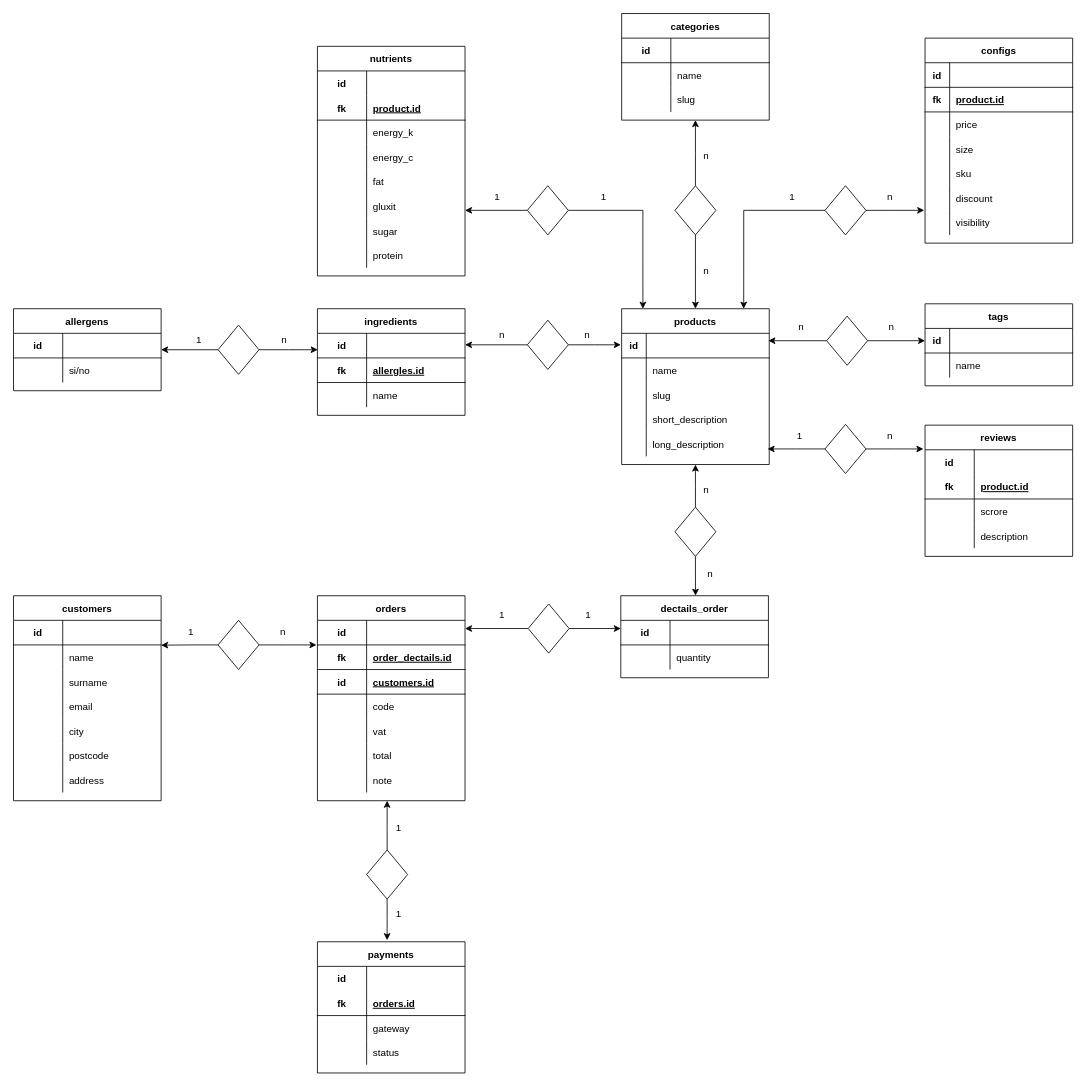
Before: public/DB structure.drawio in fabiovettori/poco, a draw.io diagram. Source tidied: cells renumbered, new cells numbered last; positions are measured from the earlier drawing's top-left corner, leaving out a move shared by most shapes. Both pictures are drawn from the tidied source at 82%, with x=0, y=0 at pixel (13, 13).
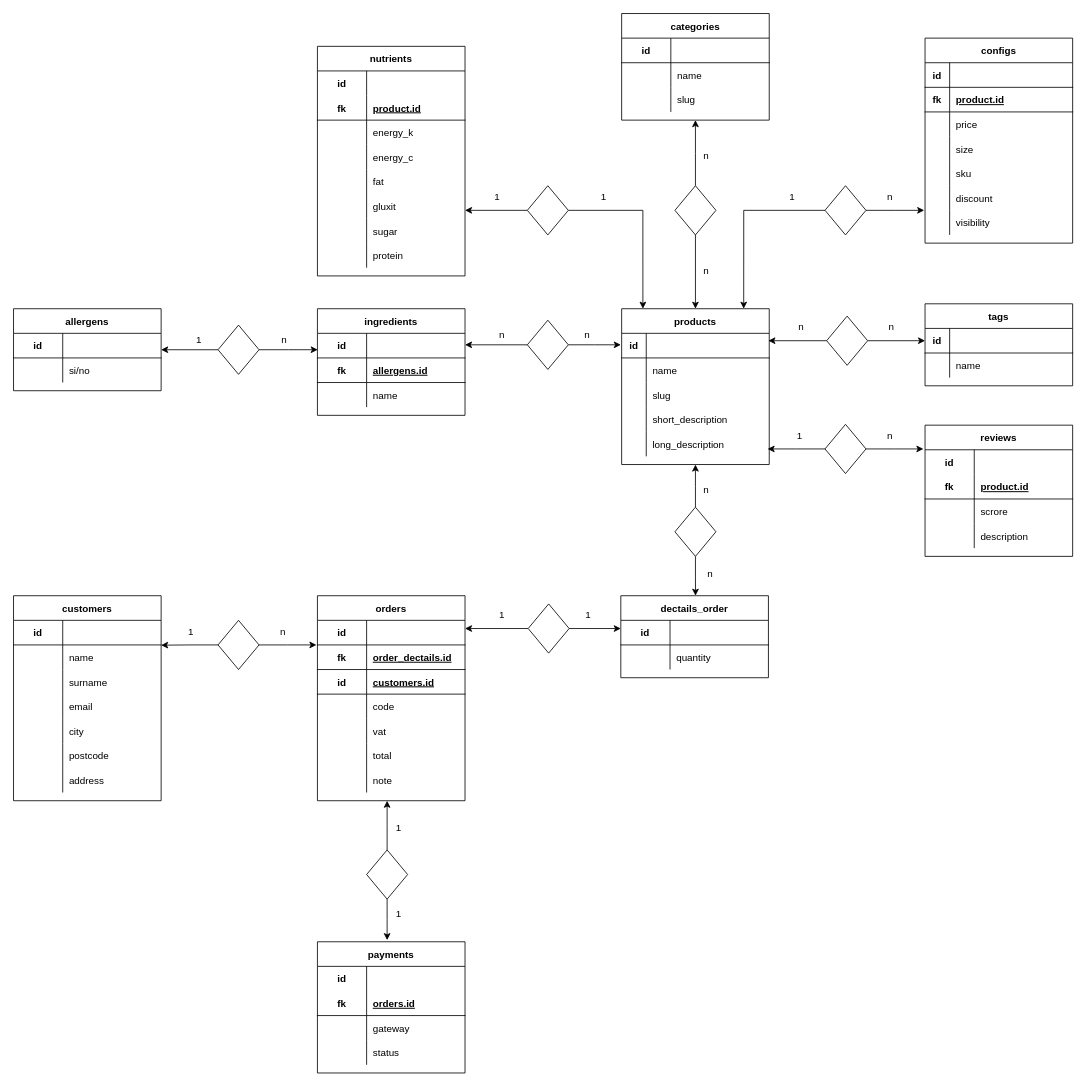
Above is the later version.

Unchanged cells that the change refers to:
```xml
<mxCell id="39" style="shape=partialRectangle;fillColor=none;top=0;left=0;bottom=1;right=0;" parent="35" vertex="1">
  <mxGeometry y="60" width="180" height="30" as="geometry" />
</mxCell>
```

Diff of the diagram source:
```diff
@@
-    <mxCell id="41" value="allergles.id" style="shape=partialRectangle;fillColor=none;top=0;left=0;bottom=0;right=0;align=left;spacingLeft=6;fontStyle=5;overflow=hidden;" parent="39" vertex="1">
+    <mxCell id="41" value="allergens.id" style="shape=partialRectangle;fillColor=none;top=0;left=0;bottom=0;right=0;align=left;spacingLeft=6;fontStyle=5;overflow=hidden;" parent="39" vertex="1">
       <mxGeometry x="60" width="120" height="30" as="geometry" />
     </mxCell>
```
